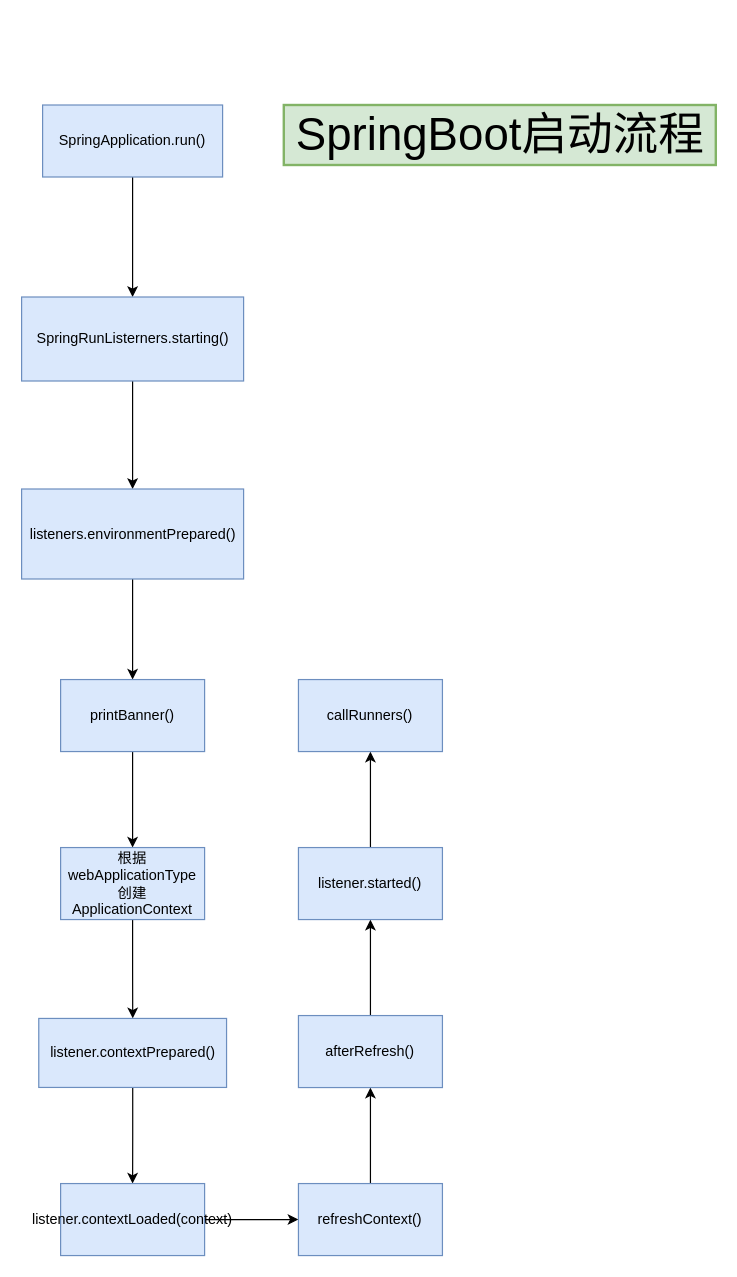
This is Untitled Diagram.drawio from itdatao/diagrams-pic, a draw.io file, before an edit. Source tidied: cells renumbered, new cells numbered last; positions are measured from the earlier drawing's top-left corner, leaving out a move shared by most shapes. Both pictures are drawn from the tidied source at 120%, with x=0, y=0 at pixel (22, 104).
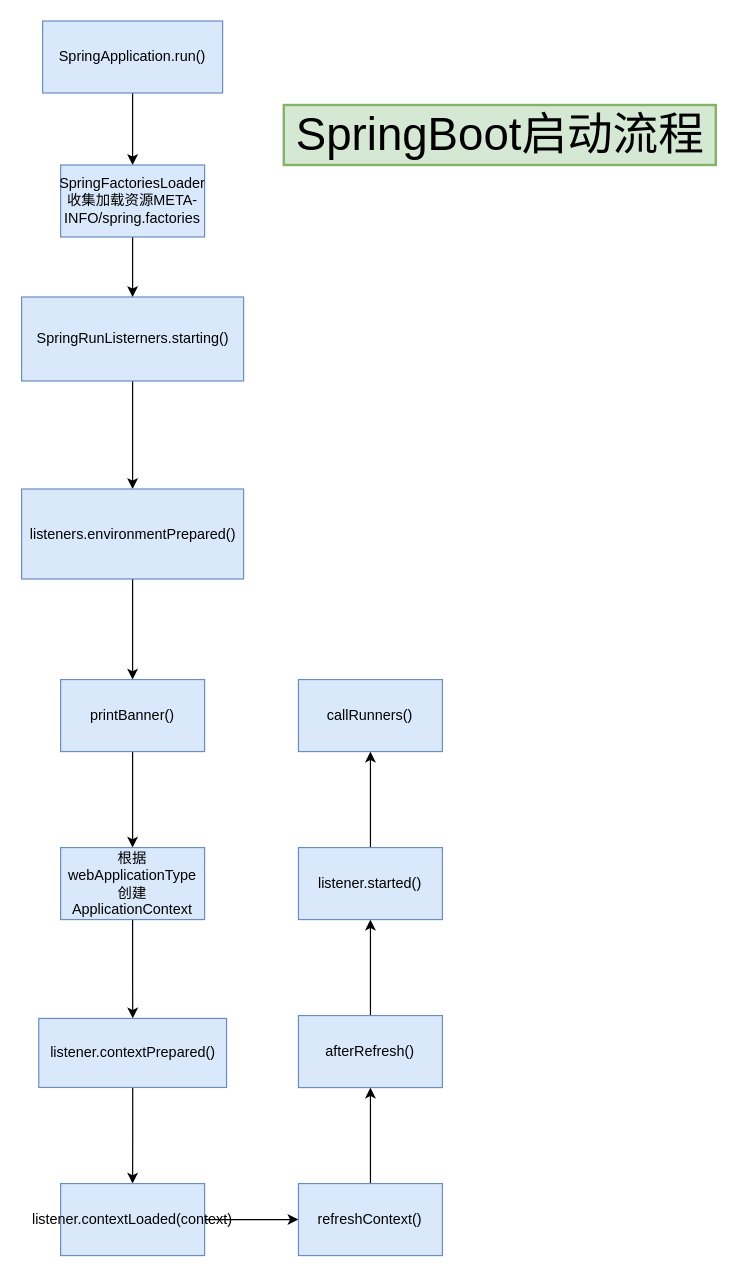
After the change.

Commit message:
springboot start process update

The change refers to these unchanged cells:
```xml
<mxCell id="5" value="SpringRunListerners.starting()" style="whiteSpace=wrap;html=1;rounded=0;fillColor=#dae8fc;strokeColor=#6c8ebf;" parent="1" vertex="1">
  <mxGeometry x="-0.5" y="160" width="185" height="70" as="geometry" />
</mxCell>
```

Diff of the diagram source:
```diff
@@
-    <mxCell id="2" style="edgeStyle=orthogonalEdgeStyle;rounded=0;jettySize=auto;html=1;" parent="1" edge="1" source="3" target="5">
-      <mxGeometry relative="1" as="geometry" />
-    </mxCell>
+    <mxCell id="24" style="edgeStyle=orthogonalEdgeStyle;rounded=0;jettySize=auto;html=1;fontSize=38;" parent="1" edge="1" source="3" target="26">
+      <mxGeometry relative="1" as="geometry" />
+    </mxCell>
     <mxCell id="3" value="SpringApplication.run()" style="rounded=0;whiteSpace=wrap;html=1;fillColor=#dae8fc;strokeColor=#6c8ebf;" parent="1" vertex="1">
-      <mxGeometry x="17" width="150" height="60" as="geometry" />
+      <mxGeometry x="17" y="-70" width="150" height="60" as="geometry" />
     </mxCell>
@@
+    <mxCell id="25" style="edgeStyle=orthogonalEdgeStyle;rounded=0;jettySize=auto;html=1;fontSize=38;" parent="1" edge="1" source="26" target="5">
+      <mxGeometry relative="1" as="geometry" />
+    </mxCell>
+    <mxCell id="26" value="SpringFactoriesLoader收集加载资源META-INFO/spring.factories" style="whiteSpace=wrap;html=1;rounded=0;strokeColor=#6c8ebf;fillColor=#dae8fc;" parent="1" vertex="1">
+      <mxGeometry x="32" y="50" width="120" height="60" as="geometry" />
+    </mxCell>
```
